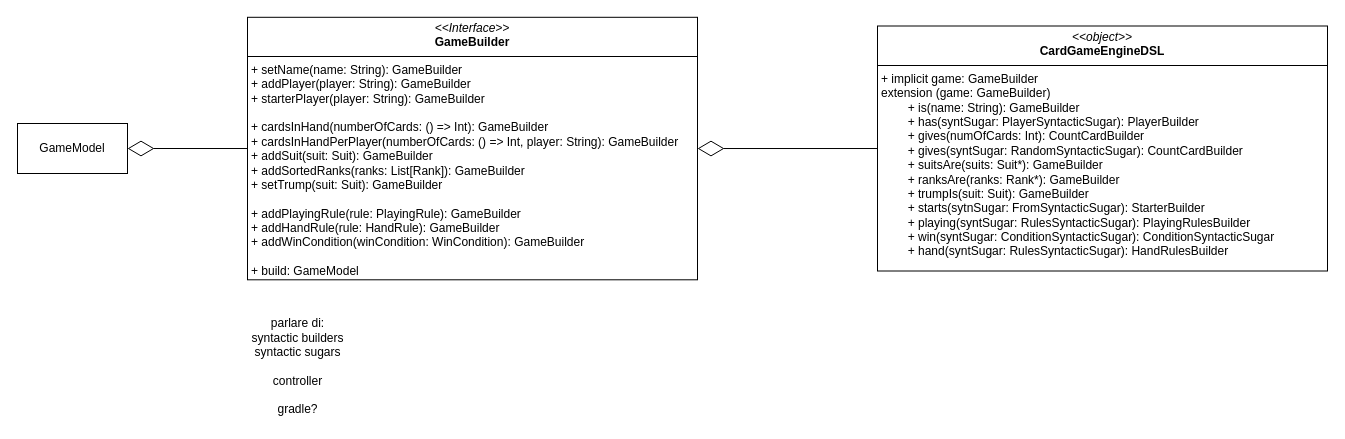
Earlier version of the draw.io diagram page "Game-Builder" (2 of 3) of docs/uml/DSL-Overview.drawio (Oldranda1414/PPS-23-CGE). Source tidied: cells renumbered, new cells numbered last; positions are measured from the earlier drawing's top-left corner, leaving out a move shared by most shapes. Both pictures are drawn from the tidied source at 100%, with x=0, y=0 at pixel (17, 17).
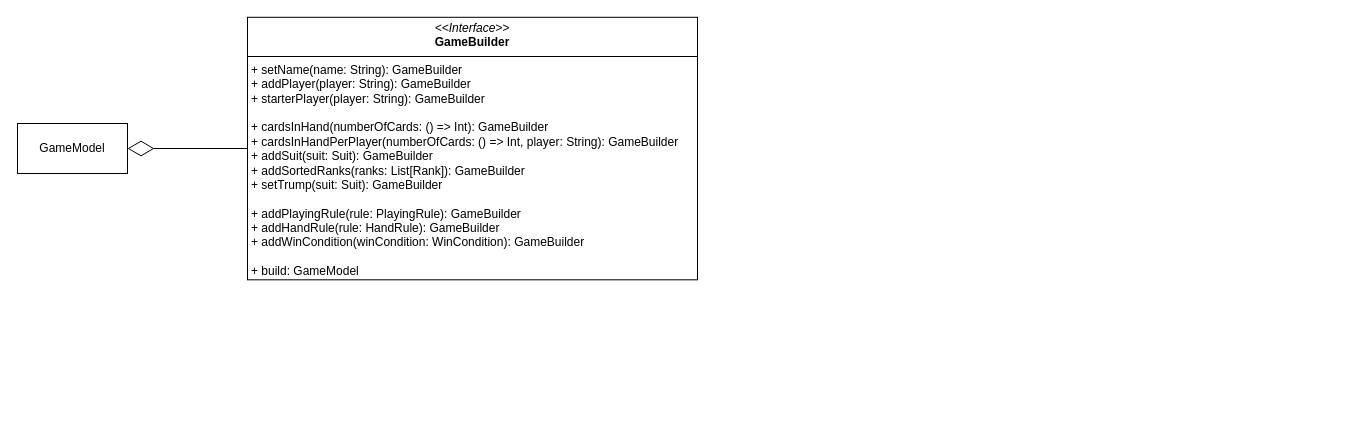
The same diagram, later.

The edit, as a diff of the source:
```diff
@@
 <mxGraphModel>
   <root>
     <mxCell id="0" />
     <mxCell id="1" parent="0" />
     <mxCell id="2" value="GameModel" style="html=1;whiteSpace=wrap;" parent="1" vertex="1">
       <mxGeometry y="106" width="110" height="50" as="geometry" />
     </mxCell>
     <mxCell id="3" value="&lt;p style=&quot;margin:0px;margin-top:4px;text-align:center;&quot;&gt;&lt;i&gt;&amp;lt;&amp;lt;Interface&amp;gt;&amp;gt;&lt;/i&gt;&lt;br&gt;&lt;b&gt;GameBuilder&lt;/b&gt;&lt;/p&gt;&lt;hr size=&quot;1&quot; style=&quot;border-style:solid;&quot;&gt;&lt;p style=&quot;margin:0px;margin-left:4px;&quot;&gt;+ setName(name: String): GameBuilder&lt;/p&gt;&lt;p style=&quot;margin:0px;margin-left:4px;&quot;&gt;+ addPlayer(player: String): GameBuilder&lt;/p&gt;&lt;p style=&quot;margin:0px;margin-left:4px;&quot;&gt;+ starterPlayer(player: String): GameBuilder&lt;br&gt;&lt;/p&gt;&lt;p style=&quot;margin:0px;margin-left:4px;&quot;&gt;&lt;br&gt;&lt;/p&gt;&lt;p style=&quot;margin:0px;margin-left:4px;&quot;&gt;+ cardsInHand(numberOfCards: () =&amp;gt; Int): GameBuilder&lt;/p&gt;&lt;p style=&quot;margin:0px;margin-left:4px;&quot;&gt;+ cardsInHandPerPlayer(numberOfCards: () =&amp;gt; Int, player: String): GameBuilder&lt;/p&gt;&lt;p style=&quot;margin:0px;margin-left:4px;&quot;&gt;+ addSuit(suit: Suit): GameBuilder&lt;/p&gt;&lt;p style=&quot;margin:0px;margin-left:4px;&quot;&gt;+ addSortedRanks(ranks: List[Rank]): GameBuilder&lt;/p&gt;&lt;p style=&quot;margin:0px;margin-left:4px;&quot;&gt;+ setTrump(suit: Suit): GameBuilder&lt;/p&gt;&lt;p style=&quot;margin:0px;margin-left:4px;&quot;&gt;&lt;br&gt;&lt;/p&gt;&lt;p style=&quot;margin:0px;margin-left:4px;&quot;&gt;+ addPlayingRule(rule: PlayingRule): GameBuilder&lt;/p&gt;&lt;p style=&quot;margin:0px;margin-left:4px;&quot;&gt;+ addHandRule(rule: HandRule): GameBuilder&lt;/p&gt;&lt;p style=&quot;margin:0px;margin-left:4px;&quot;&gt;+ addWinCondition(winCondition: WinCondition): GameBuilder&lt;/p&gt;&lt;p style=&quot;margin:0px;margin-left:4px;&quot;&gt;&lt;br&gt;&lt;/p&gt;&lt;p style=&quot;margin:0px;margin-left:4px;&quot;&gt;+ build: GameModel&lt;/p&gt;" style="verticalAlign=top;align=left;overflow=fill;html=1;whiteSpace=wrap;" parent="1" vertex="1">
       <mxGeometry x="230" y="-0.2" width="450" height="262.5" as="geometry" />
     </mxCell>
     <mxCell id="4" style="endArrow=diamondThin;endFill=0;endSize=24;html=1;rounded=0;" parent="1" edge="1" source="3" target="2">
       <mxGeometry relative="1" as="geometry" />
     </mxCell>
-    <mxCell id="5" value="&lt;p style=&quot;margin:0px;margin-top:4px;text-align:center;&quot;&gt;&lt;i&gt;&amp;lt;&amp;lt;object&amp;gt;&amp;gt;&lt;/i&gt;&lt;br&gt;&lt;b&gt;CardGameEngineDSL&lt;/b&gt;&lt;/p&gt;&lt;hr size=&quot;1&quot; style=&quot;border-style:solid;&quot;&gt;&lt;p style=&quot;margin:0px;margin-left:4px;&quot;&gt;+ implicit game: GameBuilder&lt;/p&gt;&lt;p style=&quot;margin:0px;margin-left:4px;&quot;&gt;extension (game: GameBuilder)&lt;/p&gt;&lt;p style=&quot;margin:0px;margin-left:4px;&quot;&gt;&lt;span style=&quot;white-space: pre;&quot;&gt;&#9;&lt;/span&gt;+ is(name: String): GameBuilder&lt;br&gt;&lt;/p&gt;&lt;p style=&quot;margin:0px;margin-left:4px;&quot;&gt;&lt;span style=&quot;white-space: pre;&quot;&gt;&#9;&lt;/span&gt;+ has(syntSugar: PlayerSyntacticSugar): PlayerBuilder&lt;br&gt;&lt;/p&gt;&lt;p style=&quot;margin:0px;margin-left:4px;&quot;&gt;&lt;span style=&quot;white-space: pre;&quot;&gt;&#9;&lt;/span&gt;+ gives(numOfCards: Int): CountCardBuilder&lt;br&gt;&lt;/p&gt;&lt;p style=&quot;margin:0px;margin-left:4px;&quot;&gt;&lt;span style=&quot;white-space: pre;&quot;&gt;&#9;&lt;/span&gt;+ gives(syntSugar: RandomSyntacticSugar): CountCardBuilder&lt;br&gt;&lt;/p&gt;&lt;p style=&quot;margin:0px;margin-left:4px;&quot;&gt;&lt;span style=&quot;white-space: pre;&quot;&gt;&#9;&lt;/span&gt;+ suitsAre(suits: Suit*): GameBuilder&lt;br&gt;&lt;/p&gt;&lt;p style=&quot;margin:0px;margin-left:4px;&quot;&gt;&lt;span style=&quot;white-space: pre;&quot;&gt;&#9;&lt;/span&gt;+ ranksAre(ranks: Rank*): GameBuilder&lt;br&gt;&lt;/p&gt;&lt;p style=&quot;margin:0px;margin-left:4px;&quot;&gt;&lt;span style=&quot;white-space: pre;&quot;&gt;&#9;&lt;/span&gt;+ trumpIs(suit: Suit): GameBuilder&lt;br&gt;&lt;/p&gt;&lt;p style=&quot;margin:0px;margin-left:4px;&quot;&gt;&lt;span style=&quot;white-space: pre;&quot;&gt;&#9;&lt;/span&gt;+ starts(sytnSugar: FromSyntacticSugar): StarterBuilder&lt;br&gt;&lt;/p&gt;&lt;p style=&quot;margin:0px;margin-left:4px;&quot;&gt;&lt;span style=&quot;white-space: pre;&quot;&gt;&#9;&lt;/span&gt;+ playing(syntSugar: RulesSyntacticSugar): PlayingRulesBuilder&lt;br&gt;&lt;/p&gt;&lt;p style=&quot;margin:0px;margin-left:4px;&quot;&gt;&lt;span style=&quot;white-space: pre;&quot;&gt;&#9;&lt;/span&gt;+ win(syntSugar: ConditionSyntacticSugar): ConditionSyntacticSugar&lt;br&gt;&lt;/p&gt;&lt;p style=&quot;margin:0px;margin-left:4px;&quot;&gt;&lt;span style=&quot;white-space: pre;&quot;&gt;&#9;&lt;/span&gt;+ hand(syntSugar: RulesSyntacticSugar): HandRulesBuilder&lt;br&gt;&lt;/p&gt;" style="verticalAlign=top;align=left;overflow=fill;html=1;whiteSpace=wrap;" parent="1" vertex="1">
-      <mxGeometry x="860" y="8.5" width="450" height="245" as="geometry" />
-    </mxCell>
-    <mxCell id="6" style="endArrow=diamondThin;endFill=0;endSize=24;html=1;rounded=0;" parent="1" edge="1" source="5" target="3">
-      <mxGeometry relative="1" as="geometry" />
-    </mxCell>
-    <mxCell id="7" value="parlare di:&lt;div&gt;syntactic builders&lt;/div&gt;&lt;div&gt;syntactic sugars&lt;/div&gt;&lt;div&gt;&lt;br&gt;&lt;/div&gt;&lt;div&gt;controller&lt;/div&gt;&lt;div&gt;&lt;br&gt;&lt;/div&gt;&lt;div&gt;gradle?&lt;/div&gt;" style="text;html=1;align=center;verticalAlign=middle;strokeColor=none;fillColor=none;" parent="1" vertex="1">
-      <mxGeometry x="220" y="294" width="120" height="110" as="geometry" />
-    </mxCell>
   </root>
 </mxGraphModel>
```
